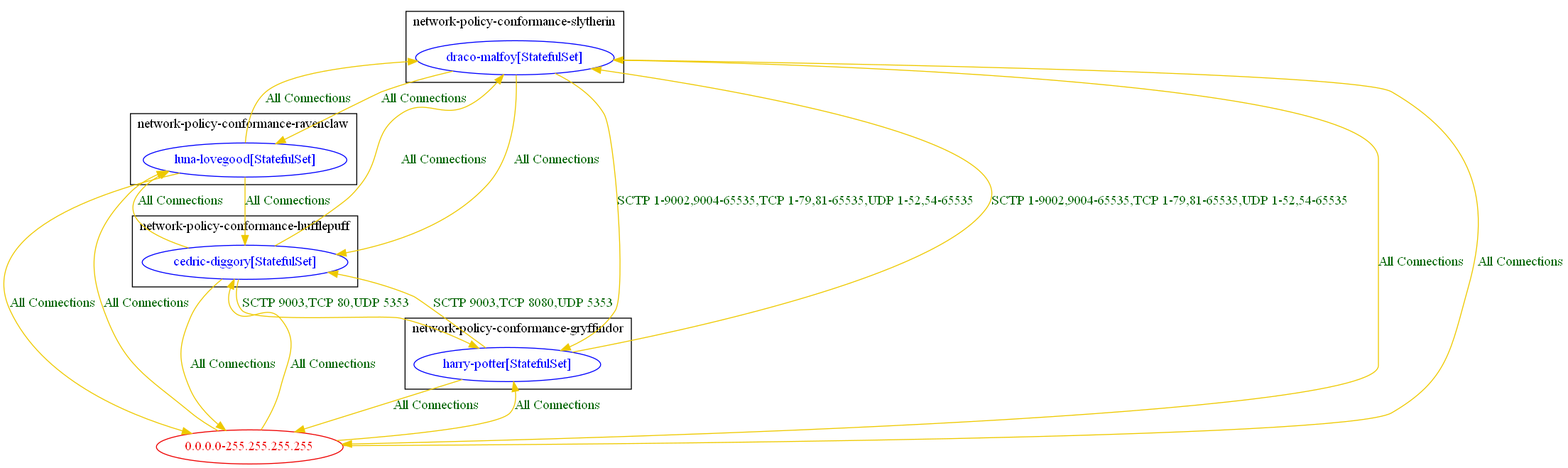
The Graphviz diagram test_outputs/connlist/banp_test_core_gress_swapping_rules_connlist_output.dot.png in np-guard/netpol-analyzer, before a commit. Its source is kept beside it as test_outputs/connlist/banp_test_core_gress_swapping_rules_connlist_output.dot. The source it was exported from:
```dot
digraph {
	subgraph "cluster_network_policy_conformance_gryffindor" {
		color="black"
		fontcolor="black"
		"network-policy-conformance-gryffindor/harry-potter[StatefulSet]" [label="harry-potter[StatefulSet]" color="blue" fontcolor="blue"]
		label="network-policy-conformance-gryffindor"
	}
	subgraph "cluster_network_policy_conformance_hufflepuff" {
		color="black"
		fontcolor="black"
		"network-policy-conformance-hufflepuff/cedric-diggory[StatefulSet]" [label="cedric-diggory[StatefulSet]" color="blue" fontcolor="blue"]
		label="network-policy-conformance-hufflepuff"
	}
	subgraph "cluster_network_policy_conformance_ravenclaw" {
		color="black"
		fontcolor="black"
		"network-policy-conformance-ravenclaw/luna-lovegood[StatefulSet]" [label="luna-lovegood[StatefulSet]" color="blue" fontcolor="blue"]
		label="network-policy-conformance-ravenclaw"
	}
	subgraph "cluster_network_policy_conformance_slytherin" {
		color="black"
		fontcolor="black"
		"network-policy-conformance-slytherin/draco-malfoy[StatefulSet]" [label="draco-malfoy[StatefulSet]" color="blue" fontcolor="blue"]
		label="network-policy-conformance-slytherin"
	}
	"0.0.0.0-255.255.255.255" [label="0.0.0.0-255.255.255.255" color="red2" fontcolor="red2"]
	"0.0.0.0-255.255.255.255" -> "network-policy-conformance-gryffindor/harry-potter[StatefulSet]" [label="All Connections" color="gold2" fontcolor="darkgreen" weight=0.5]
	"0.0.0.0-255.255.255.255" -> "network-policy-conformance-hufflepuff/cedric-diggory[StatefulSet]" [label="All Connections" color="gold2" fontcolor="darkgreen" weight=0.5]
	"0.0.0.0-255.255.255.255" -> "network-policy-conformance-ravenclaw/luna-lovegood[StatefulSet]" [label="All Connections" color="gold2" fontcolor="darkgreen" weight=0.5]
	"0.0.0.0-255.255.255.255" -> "network-policy-conformance-slytherin/draco-malfoy[StatefulSet]" [label="All Connections" color="gold2" fontcolor="darkgreen" weight=0.5]
	"network-policy-conformance-gryffindor/harry-potter[StatefulSet]" -> "0.0.0.0-255.255.255.255" [label="All Connections" color="gold2" fontcolor="darkgreen" weight=1]
	"network-policy-conformance-gryffindor/harry-potter[StatefulSet]" -> "network-policy-conformance-hufflepuff/cedric-diggory[StatefulSet]" [label="SCTP 9003,TCP 8080,UDP 5353" color="gold2" fontcolor="darkgreen" weight=0.5]
	"network-policy-conformance-gryffindor/harry-potter[StatefulSet]" -> "network-policy-conformance-slytherin/draco-malfoy[StatefulSet]" [label="SCTP 1-9002,9004-65535,TCP 1-79,81-65535,UDP 1-52,54-65535" color="gold2" fontcolor="darkgreen" weight=0.5]
	"network-policy-conformance-hufflepuff/cedric-diggory[StatefulSet]" -> "0.0.0.0-255.255.255.255" [label="All Connections" color="gold2" fontcolor="darkgreen" weight=1]
	"network-policy-conformance-hufflepuff/cedric-diggory[StatefulSet]" -> "network-policy-conformance-gryffindor/harry-potter[StatefulSet]" [label="SCTP 9003,TCP 80,UDP 5353" color="gold2" fontcolor="darkgreen" weight=1]
	"network-policy-conformance-hufflepuff/cedric-diggory[StatefulSet]" -> "network-policy-conformance-ravenclaw/luna-lovegood[StatefulSet]" [label="All Connections" color="gold2" fontcolor="darkgreen" weight=0.5]
	"network-policy-conformance-hufflepuff/cedric-diggory[StatefulSet]" -> "network-policy-conformance-slytherin/draco-malfoy[StatefulSet]" [label="All Connections" color="gold2" fontcolor="darkgreen" weight=0.5]
	"network-policy-conformance-ravenclaw/luna-lovegood[StatefulSet]" -> "0.0.0.0-255.255.255.255" [label="All Connections" color="gold2" fontcolor="darkgreen" weight=1]
	"network-policy-conformance-ravenclaw/luna-lovegood[StatefulSet]" -> "network-policy-conformance-hufflepuff/cedric-diggory[StatefulSet]" [label="All Connections" color="gold2" fontcolor="darkgreen" weight=1]
	"network-policy-conformance-ravenclaw/luna-lovegood[StatefulSet]" -> "network-policy-conformance-slytherin/draco-malfoy[StatefulSet]" [label="All Connections" color="gold2" fontcolor="darkgreen" weight=0.5]
	"network-policy-conformance-slytherin/draco-malfoy[StatefulSet]" -> "0.0.0.0-255.255.255.255" [label="All Connections" color="gold2" fontcolor="darkgreen" weight=1]
	"network-policy-conformance-slytherin/draco-malfoy[StatefulSet]" -> "network-policy-conformance-gryffindor/harry-potter[StatefulSet]" [label="SCTP 1-9002,9004-65535,TCP 1-79,81-65535,UDP 1-52,54-65535" color="gold2" fontcolor="darkgreen" weight=1]
	"network-policy-conformance-slytherin/draco-malfoy[StatefulSet]" -> "network-policy-conformance-hufflepuff/cedric-diggory[StatefulSet]" [label="All Connections" color="gold2" fontcolor="darkgreen" weight=1]
	"network-policy-conformance-slytherin/draco-malfoy[StatefulSet]" -> "network-policy-conformance-ravenclaw/luna-lovegood[StatefulSet]" [label="All Connections" color="gold2" fontcolor="darkgreen" weight=1]
}
```
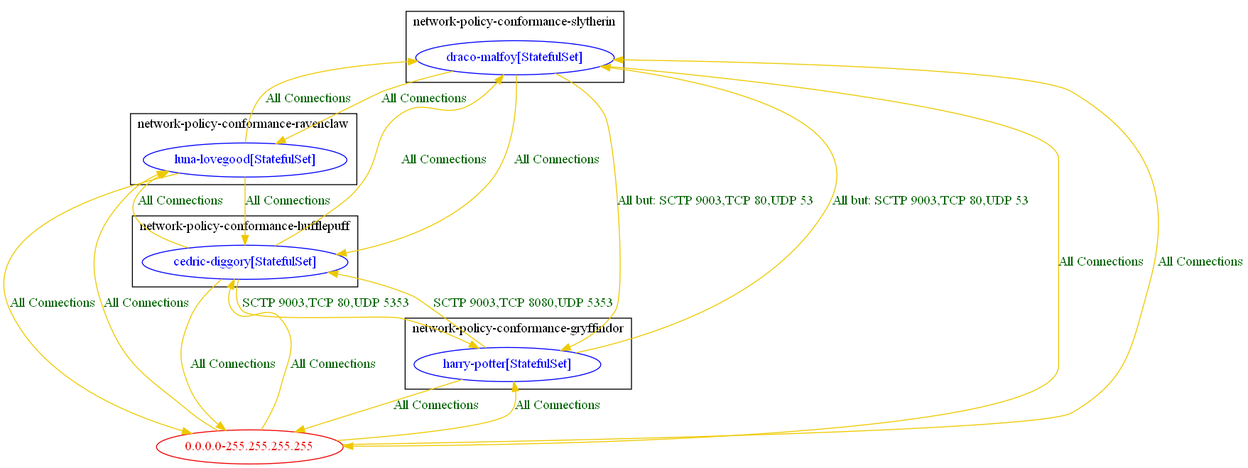
The same file after the commit.

Change to the diagram source:
```diff
@@ -30,7 +30,7 @@
 	"0.0.0.0-255.255.255.255" -> "network-policy-conformance-slytherin/draco-malfoy[StatefulSet]" [label="All Connections" color="gold2" fontcolor="darkgreen" weight=0.5]
 	"network-policy-conformance-gryffindor/harry-potter[StatefulSet]" -> "0.0.0.0-255.255.255.255" [label="All Connections" color="gold2" fontcolor="darkgreen" weight=1]
 	"network-policy-conformance-gryffindor/harry-potter[StatefulSet]" -> "network-policy-conformance-hufflepuff/cedric-diggory[StatefulSet]" [label="SCTP 9003,TCP 8080,UDP 5353" color="gold2" fontcolor="darkgreen" weight=0.5]
-	"network-policy-conformance-gryffindor/harry-potter[StatefulSet]" -> "network-policy-conformance-slytherin/draco-malfoy[StatefulSet]" [label="SCTP 1-9002,9004-65535,TCP 1-79,81-65535,UDP 1-52,54-65535" color="gold2" fontcolor="darkgreen" weight=0.5]
+	"network-policy-conformance-gryffindor/harry-potter[StatefulSet]" -> "network-policy-conformance-slytherin/draco-malfoy[StatefulSet]" [label="All but: SCTP 9003,TCP 80,UDP 53" color="gold2" fontcolor="darkgreen" weight=0.5]
 	"network-policy-conformance-hufflepuff/cedric-diggory[StatefulSet]" -> "0.0.0.0-255.255.255.255" [label="All Connections" color="gold2" fontcolor="darkgreen" weight=1]
 	"network-policy-conformance-hufflepuff/cedric-diggory[StatefulSet]" -> "network-policy-conformance-gryffindor/harry-potter[StatefulSet]" [label="SCTP 9003,TCP 80,UDP 5353" color="gold2" fontcolor="darkgreen" weight=1]
 	"network-policy-conformance-hufflepuff/cedric-diggory[StatefulSet]" -> "network-policy-conformance-ravenclaw/luna-lovegood[StatefulSet]" [label="All Connections" color="gold2" fontcolor="darkgreen" weight=0.5]
@@ -39,7 +39,7 @@
 	"network-policy-conformance-ravenclaw/luna-lovegood[StatefulSet]" -> "network-policy-conformance-hufflepuff/cedric-diggory[StatefulSet]" [label="All Connections" color="gold2" fontcolor="darkgreen" weight=1]
 	"network-policy-conformance-ravenclaw/luna-lovegood[StatefulSet]" -> "network-policy-conformance-slytherin/draco-malfoy[StatefulSet]" [label="All Connections" color="gold2" fontcolor="darkgreen" weight=0.5]
 	"network-policy-conformance-slytherin/draco-malfoy[StatefulSet]" -> "0.0.0.0-255.255.255.255" [label="All Connections" color="gold2" fontcolor="darkgreen" weight=1]
-	"network-policy-conformance-slytherin/draco-malfoy[StatefulSet]" -> "network-policy-conformance-gryffindor/harry-potter[StatefulSet]" [label="SCTP 1-9002,9004-65535,TCP 1-79,81-65535,UDP 1-52,54-65535" color="gold2" fontcolor="darkgreen" weight=1]
+	"network-policy-conformance-slytherin/draco-malfoy[StatefulSet]" -> "network-policy-conformance-gryffindor/harry-potter[StatefulSet]" [label="All but: SCTP 9003,TCP 80,UDP 53" color="gold2" fontcolor="darkgreen" weight=1]
 	"network-policy-conformance-slytherin/draco-malfoy[StatefulSet]" -> "network-policy-conformance-hufflepuff/cedric-diggory[StatefulSet]" [label="All Connections" color="gold2" fontcolor="darkgreen" weight=1]
 	"network-policy-conformance-slytherin/draco-malfoy[StatefulSet]" -> "network-policy-conformance-ravenclaw/luna-lovegood[StatefulSet]" [label="All Connections" color="gold2" fontcolor="darkgreen" weight=1]
 }
```
